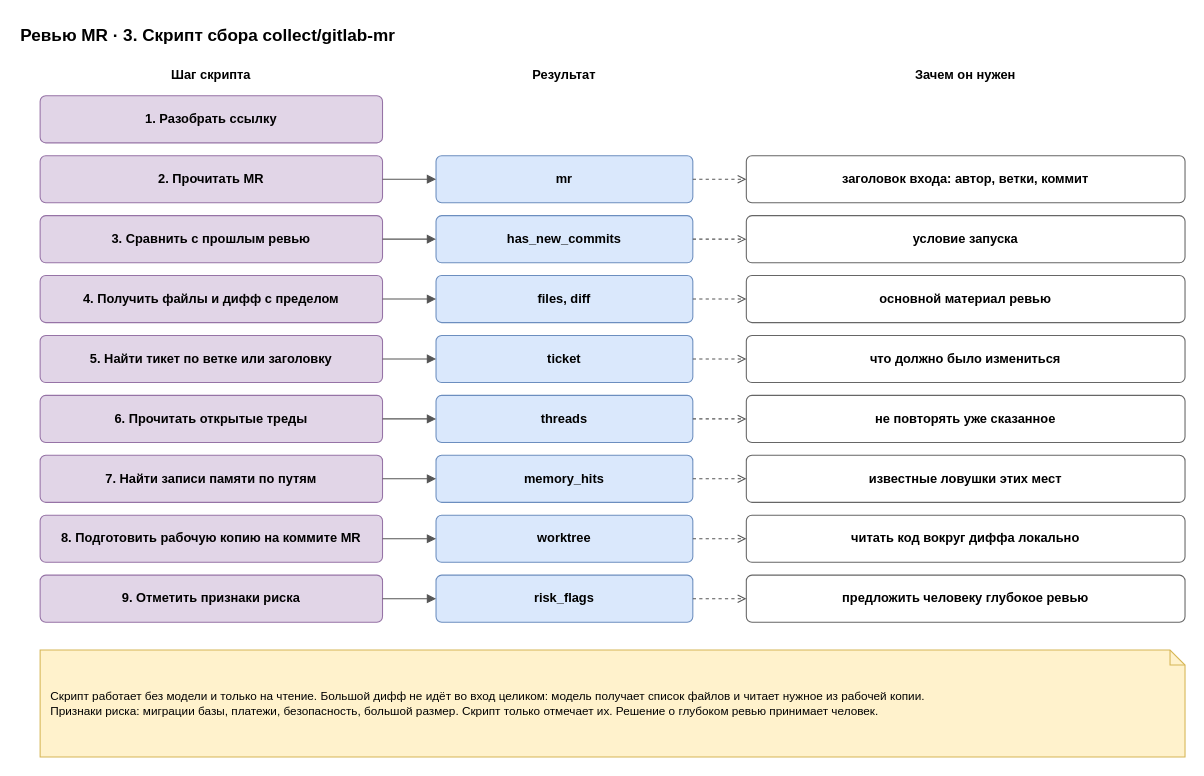
Earlier version of the draw.io diagram page "3. Сбор" (3 of 7) of docs/spec/harness-instance-mr-review.drawio (roygkov/reins). Source tidied: cells renumbered, new cells numbered last; positions are measured from the earlier drawing's top-left corner, leaving out a move shared by most shapes. Both pictures are drawn from the tidied source at 107%, with x=0, y=0 at pixel (18, 18).
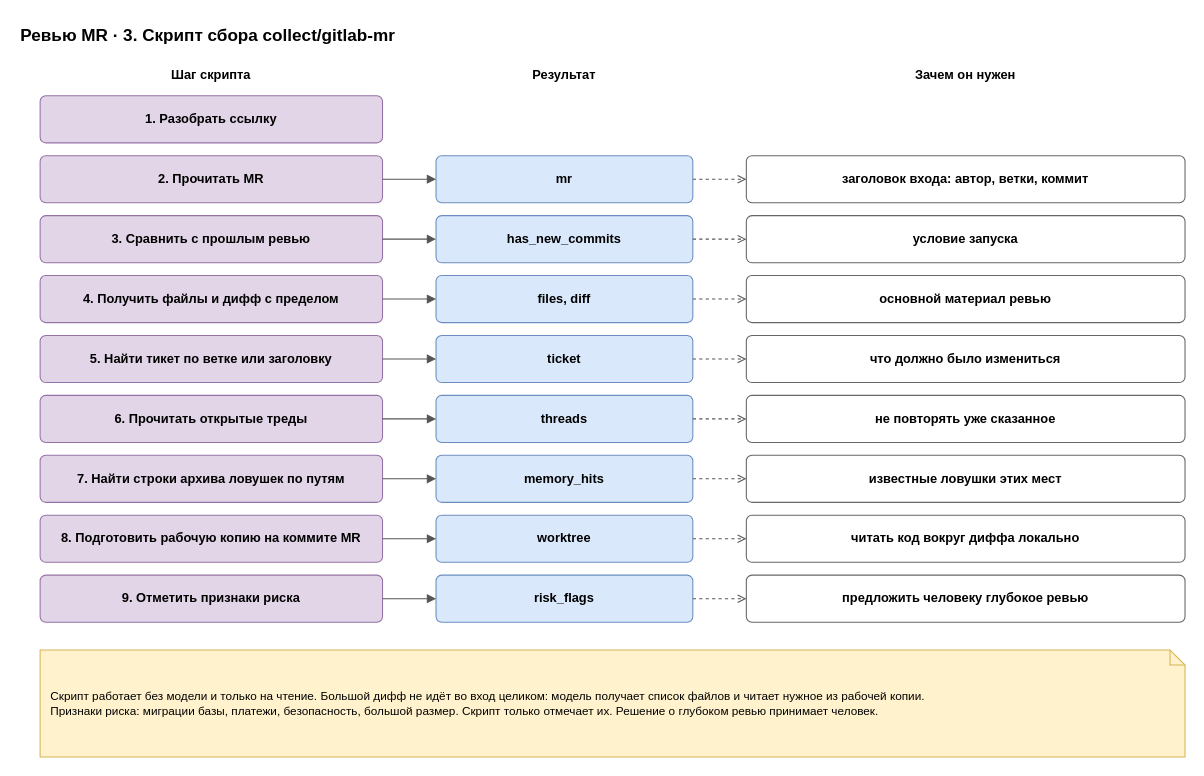
After the change.

The edit, as a diff of the source:
```diff
@@
-    <mxCell id="32" value="&lt;b&gt;7. Найти записи памяти по путям&lt;/b&gt;" style="rounded=1;whiteSpace=wrap;html=1;fillColor=#e1d5e7;strokeColor=#9673a6;arcSize=12;" parent="1" vertex="1">
+    <mxCell id="32" value="&lt;b&gt;7. Найти строки архива ловушек по путям&lt;/b&gt;" style="rounded=1;whiteSpace=wrap;html=1;fillColor=#e1d5e7;strokeColor=#9673a6;arcSize=12;" parent="1" vertex="1">
       <mxGeometry x="20" y="408" width="320" height="44" as="geometry" />
     </mxCell>
```
